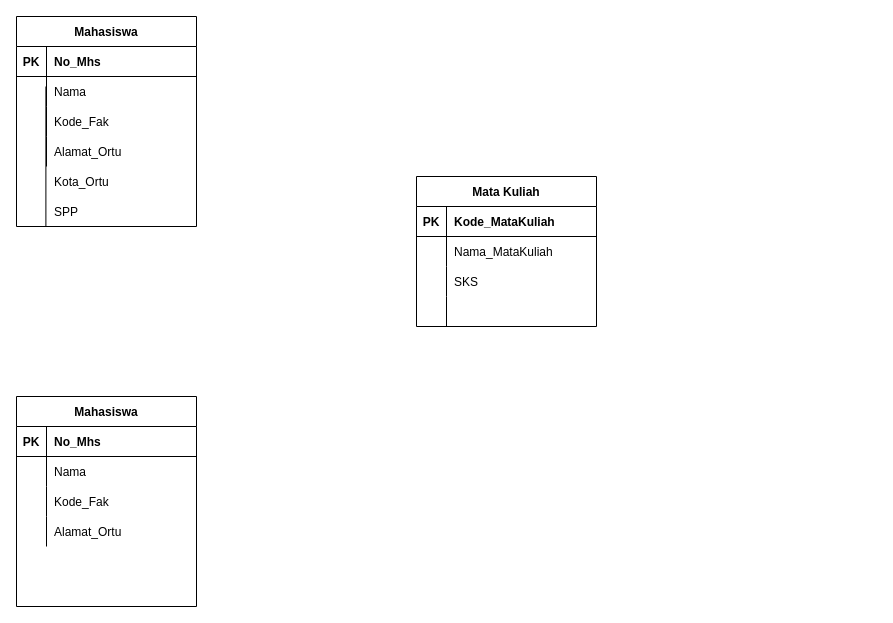
The draw.io diagram TabelRelasiMahasiswa.drawio in lukmanprasetyo/Business-Model-Canvas-BMC-, before the edit. Source tidied: cells renumbered, new cells numbered last; positions are measured from the earlier drawing's top-left corner, leaving out a move shared by most shapes. Both pictures are drawn from the tidied source at 100%, with x=0, y=0 at pixel (16, 16).
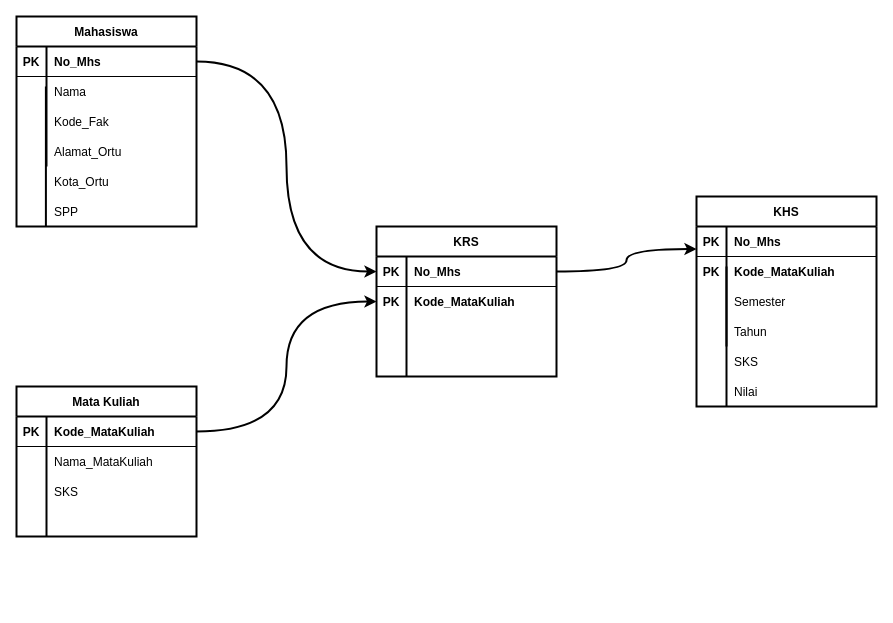
The same page after the edit.

Unchanged cells that the change refers to:
```xml
<mxCell id="3" style="shape=tableRow;horizontal=0;startSize=0;swimlaneHead=0;swimlaneBody=0;fillColor=none;points=[[0,0.5],[1,0.5]];portConstraint=eastwest;top=0;left=0;right=0;bottom=1;" parent="2" vertex="1">
  <mxGeometry y="30" width="180" height="30" as="geometry" />
</mxCell>
<mxCell id="32" style="shape=tableRow;horizontal=0;startSize=0;swimlaneHead=0;swimlaneBody=0;fillColor=none;points=[[0,0.5],[1,0.5]];portConstraint=eastwest;top=0;left=0;right=0;bottom=1;" parent="31" vertex="1">
  <mxGeometry y="30" width="180" height="30" as="geometry" />
</mxCell>
```

Change to the diagram source:
```diff
@@
-    <mxCell id="2" value="Mahasiswa" style="shape=table;startSize=30;childLayout=tableLayout;rowLines=0;fontStyle=1;align=center;" parent="1" vertex="1">
+    <mxCell id="2" value="Mahasiswa" style="shape=table;startSize=30;childLayout=tableLayout;rowLines=0;fontStyle=1;align=center;strokeWidth=2;" parent="1" vertex="1">
       <mxGeometry width="180" height="210" as="geometry" />
     </mxCell>
@@
-    <mxCell id="12" style="shape=tableRow;horizontal=0;startSize=0;swimlaneHead=0;swimlaneBody=0;fillColor=none;top=0;left=0;right=0;bottom=0;" parent="2" vertex="1">
+    <mxCell id="12" style="shape=tableRow;horizontal=0;startSize=0;swimlaneHead=0;swimlaneBody=0;fillColor=none;top=0;left=0;right=0;bottom=0;strokeWidth=3;" parent="2" vertex="1">
       <mxGeometry y="120" width="180" height="30" as="geometry" />
     </mxCell>
@@
-    <mxCell id="17" style="endArrow=none;html=1;rounded=0;" parent="1" edge="1">
+    <mxCell id="17" style="endArrow=none;html=1;rounded=0;strokeWidth=2;" parent="1" edge="1">
       <mxGeometry relative="1" as="geometry">
         <mxPoint x="29.4" y="70" as="sourcePoint" />
         <mxPoint x="29.4" y="210" as="targetPoint" />
       </mxGeometry>
     </mxCell>
-    <mxCell id="18" value="Mahasiswa" style="shape=table;startSize=30;childLayout=tableLayout;rowLines=0;fontStyle=1;align=center;" parent="1" vertex="1">
-      <mxGeometry y="380" width="180" height="210" as="geometry" />
-    </mxCell>
-    <mxCell id="19" style="shape=tableRow;horizontal=0;startSize=0;swimlaneHead=0;swimlaneBody=0;fillColor=none;top=0;left=0;right=0;bottom=1;" parent="18" vertex="1">
-      <mxGeometry y="30" width="180" height="30" as="geometry" />
-    </mxCell>
-    <mxCell id="20" value="PK" style="shape=partialRectangle;fillColor=none;top=0;left=0;bottom=0;right=0;fontStyle=1;overflow=hidden;" parent="19" vertex="1">
-      <mxGeometry width="30" height="30" as="geometry" />
-    </mxCell>
-    <mxCell id="21" value="No_Mhs" style="shape=partialRectangle;fillColor=none;top=0;left=0;bottom=0;right=0;align=left;spacingLeft=6;fontStyle=1;overflow=hidden;" parent="19" vertex="1">
-      <mxGeometry x="30" width="150" height="30" as="geometry" />
-    </mxCell>
-    <mxCell id="22" style="shape=tableRow;horizontal=0;startSize=0;swimlaneHead=0;swimlaneBody=0;fillColor=none;top=0;left=0;right=0;bottom=0;" parent="18" vertex="1">
-      <mxGeometry y="60" width="180" height="30" as="geometry" />
-    </mxCell>
-    <mxCell id="23" style="shape=partialRectangle;fillColor=none;top=0;left=0;bottom=0;right=0;overflow=hidden;" parent="22" vertex="1">
-      <mxGeometry width="30" height="30" as="geometry" />
-    </mxCell>
-    <mxCell id="24" value="Nama" style="shape=partialRectangle;fillColor=none;top=0;left=0;bottom=0;right=0;align=left;spacingLeft=6;overflow=hidden;" parent="22" vertex="1">
-      <mxGeometry x="30" width="150" height="30" as="geometry" />
-    </mxCell>
-    <mxCell id="25" style="shape=tableRow;horizontal=0;startSize=0;swimlaneHead=0;swimlaneBody=0;fillColor=none;top=0;left=0;right=0;bottom=0;" parent="18" vertex="1">
-      <mxGeometry y="90" width="180" height="30" as="geometry" />
-    </mxCell>
-    <mxCell id="26" style="shape=partialRectangle;fillColor=none;top=0;left=0;bottom=0;right=0;overflow=hidden;" parent="25" vertex="1">
-      <mxGeometry width="30" height="30" as="geometry" />
-    </mxCell>
-    <mxCell id="27" value="Kode_Fak" style="shape=partialRectangle;fillColor=none;top=0;left=0;bottom=0;right=0;align=left;spacingLeft=6;overflow=hidden;" parent="25" vertex="1">
-      <mxGeometry x="30" width="150" height="30" as="geometry" />
-    </mxCell>
-    <mxCell id="28" style="shape=tableRow;horizontal=0;startSize=0;swimlaneHead=0;swimlaneBody=0;fillColor=none;top=0;left=0;right=0;bottom=0;" parent="18" vertex="1">
-      <mxGeometry y="120" width="180" height="30" as="geometry" />
-    </mxCell>
-    <mxCell id="29" style="shape=partialRectangle;fillColor=none;top=0;left=0;bottom=0;right=0;overflow=hidden;" parent="28" vertex="1">
-      <mxGeometry width="30" height="30" as="geometry" />
-    </mxCell>
-    <mxCell id="30" value="Alamat_Ortu" style="shape=partialRectangle;fillColor=none;top=0;left=0;bottom=0;right=0;align=left;spacingLeft=6;overflow=hidden;" parent="28" vertex="1">
-      <mxGeometry x="30" width="150" height="30" as="geometry" />
-    </mxCell>
-    <mxCell id="31" value="Mata Kuliah" style="shape=table;startSize=30;childLayout=tableLayout;rowLines=0;fontStyle=1;align=center;" parent="1" vertex="1">
-      <mxGeometry x="400" y="160" width="180" height="150" as="geometry" />
+    <mxCell id="31" value="Mata Kuliah" style="shape=table;startSize=30;childLayout=tableLayout;rowLines=0;fontStyle=1;align=center;strokeWidth=2;" parent="1" vertex="1">
+      <mxGeometry y="370" width="180" height="150" as="geometry" />
     </mxCell>
@@
+    <mxCell id="44" value="KRS" style="shape=table;startSize=30;childLayout=tableLayout;rowLines=0;fontStyle=1;align=center;strokeWidth=2;" parent="1" vertex="1">
+      <mxGeometry x="360" y="210" width="180" height="150" as="geometry" />
+    </mxCell>
+    <mxCell id="45" style="shape=tableRow;horizontal=0;startSize=0;swimlaneHead=0;swimlaneBody=0;fillColor=none;points=[[0,0.5],[1,0.5]];portConstraint=eastwest;top=0;left=0;right=0;bottom=1;" parent="44" vertex="1">
+      <mxGeometry y="30" width="180" height="30" as="geometry" />
+    </mxCell>
+    <mxCell id="46" value="PK" style="shape=partialRectangle;fillColor=none;top=0;left=0;bottom=0;right=0;fontStyle=1;overflow=hidden;" parent="45" vertex="1">
+      <mxGeometry width="30" height="30" as="geometry" />
+    </mxCell>
+    <mxCell id="47" value="No_Mhs" style="shape=partialRectangle;fillColor=none;top=0;left=0;bottom=0;right=0;align=left;spacingLeft=6;fontStyle=1;overflow=hidden;" parent="45" vertex="1">
+      <mxGeometry x="30" width="150" height="30" as="geometry" />
+    </mxCell>
+    <mxCell id="48" style="shape=tableRow;horizontal=0;startSize=0;swimlaneHead=0;swimlaneBody=0;fillColor=none;top=0;left=0;right=0;bottom=0;" parent="44" vertex="1">
+      <mxGeometry y="60" width="180" height="30" as="geometry" />
+    </mxCell>
+    <mxCell id="49" style="shape=partialRectangle;fillColor=none;top=0;left=0;bottom=0;right=0;overflow=hidden;" parent="48" vertex="1">
+      <mxGeometry width="30" height="30" as="geometry" />
+    </mxCell>
+    <mxCell id="50" value="Kode_MataKuliah" style="shape=partialRectangle;fillColor=none;top=0;left=0;bottom=0;right=0;align=left;spacingLeft=6;overflow=hidden;fontStyle=1;" parent="48" vertex="1">
+      <mxGeometry x="30" width="150" height="30" as="geometry" />
+    </mxCell>
+    <mxCell id="51" style="shape=tableRow;horizontal=0;startSize=0;swimlaneHead=0;swimlaneBody=0;fillColor=none;top=0;left=0;right=0;bottom=0;" parent="44" vertex="1">
+      <mxGeometry y="90" width="180" height="30" as="geometry" />
+    </mxCell>
+    <mxCell id="52" style="shape=partialRectangle;fillColor=none;top=0;left=0;bottom=0;right=0;overflow=hidden;" parent="51" vertex="1">
+      <mxGeometry width="30" height="30" as="geometry" />
+    </mxCell>
+    <mxCell id="53" style="shape=partialRectangle;fillColor=none;top=0;left=0;bottom=0;right=0;align=left;spacingLeft=6;overflow=hidden;" parent="51" vertex="1">
+      <mxGeometry x="30" width="150" height="30" as="geometry" />
+    </mxCell>
+    <mxCell id="28" style="shape=tableRow;horizontal=0;startSize=0;swimlaneHead=0;swimlaneBody=0;fillColor=none;top=0;left=0;right=0;bottom=0;" parent="44" vertex="1">
+      <mxGeometry y="120" width="180" height="30" as="geometry" />
+    </mxCell>
+    <mxCell id="54" style="shape=partialRectangle;fillColor=none;top=0;left=0;bottom=0;right=0;overflow=hidden;" parent="28" vertex="1">
+      <mxGeometry width="30" height="30" as="geometry" />
+    </mxCell>
+    <mxCell id="55" style="shape=partialRectangle;fillColor=none;top=0;left=0;bottom=0;right=0;align=left;spacingLeft=6;overflow=hidden;" parent="28" vertex="1">
+      <mxGeometry x="30" width="150" height="30" as="geometry" />
+    </mxCell>
+    <mxCell id="56" value="PK" style="shape=partialRectangle;fillColor=none;top=0;left=0;bottom=0;right=0;fontStyle=1;overflow=hidden;" parent="1" vertex="1">
+      <mxGeometry x="360" y="270" width="30" height="30" as="geometry" />
+    </mxCell>
+    <mxCell id="57" value="KHS" style="shape=table;startSize=30;childLayout=tableLayout;rowLines=0;fontStyle=1;align=center;strokeWidth=2;" parent="1" vertex="1">
+      <mxGeometry x="680" y="180" width="180" height="210" as="geometry" />
+    </mxCell>
+    <mxCell id="58" style="shape=tableRow;horizontal=0;startSize=0;swimlaneHead=0;swimlaneBody=0;fillColor=none;top=0;left=0;right=0;bottom=1;" parent="57" vertex="1">
+      <mxGeometry y="30" width="180" height="30" as="geometry" />
+    </mxCell>
+    <mxCell id="59" value="PK" style="shape=partialRectangle;fillColor=none;top=0;left=0;bottom=0;right=0;fontStyle=1;overflow=hidden;" parent="58" vertex="1">
+      <mxGeometry width="30" height="30" as="geometry" />
+    </mxCell>
+    <mxCell id="60" value="No_Mhs" style="shape=partialRectangle;fillColor=none;top=0;left=0;bottom=0;right=0;align=left;spacingLeft=6;fontStyle=1;overflow=hidden;" parent="58" vertex="1">
+      <mxGeometry x="30" width="150" height="30" as="geometry" />
+    </mxCell>
+    <mxCell id="61" style="shape=tableRow;horizontal=0;startSize=0;swimlaneHead=0;swimlaneBody=0;fillColor=none;top=0;left=0;right=0;bottom=0;" parent="57" vertex="1">
+      <mxGeometry y="60" width="180" height="30" as="geometry" />
+    </mxCell>
+    <mxCell id="62" style="shape=partialRectangle;fillColor=none;top=0;left=0;bottom=0;right=0;overflow=hidden;" parent="61" vertex="1">
+      <mxGeometry width="30" height="30" as="geometry" />
+    </mxCell>
+    <mxCell id="63" value="Kode_MataKuliah" style="shape=partialRectangle;fillColor=none;top=0;left=0;bottom=0;right=0;align=left;spacingLeft=6;overflow=hidden;fontStyle=1;" parent="61" vertex="1">
+      <mxGeometry x="30" width="150" height="30" as="geometry" />
+    </mxCell>
+    <mxCell id="64" style="shape=tableRow;horizontal=0;startSize=0;swimlaneHead=0;swimlaneBody=0;fillColor=none;top=0;left=0;right=0;bottom=0;" parent="57" vertex="1">
+      <mxGeometry y="90" width="180" height="30" as="geometry" />
+    </mxCell>
+    <mxCell id="65" style="shape=partialRectangle;fillColor=none;top=0;left=0;bottom=0;right=0;overflow=hidden;" parent="64" vertex="1">
+      <mxGeometry width="30" height="30" as="geometry" />
+    </mxCell>
+    <mxCell id="66" value="Semester" style="shape=partialRectangle;fillColor=none;top=0;left=0;bottom=0;right=0;align=left;spacingLeft=6;overflow=hidden;" parent="64" vertex="1">
+      <mxGeometry x="30" width="150" height="30" as="geometry" />
+    </mxCell>
+    <mxCell id="67" style="shape=tableRow;horizontal=0;startSize=0;swimlaneHead=0;swimlaneBody=0;fillColor=none;top=0;left=0;right=0;bottom=0;strokeWidth=3;" parent="57" vertex="1">
+      <mxGeometry y="120" width="180" height="30" as="geometry" />
+    </mxCell>
+    <mxCell id="68" style="shape=partialRectangle;fillColor=none;top=0;left=0;bottom=0;right=0;overflow=hidden;" parent="67" vertex="1">
+      <mxGeometry width="30" height="30" as="geometry" />
+    </mxCell>
+    <mxCell id="69" value="Tahun" style="shape=partialRectangle;fillColor=none;top=0;left=0;bottom=0;right=0;align=left;spacingLeft=6;overflow=hidden;" parent="67" vertex="1">
+      <mxGeometry x="30" width="150" height="30" as="geometry" />
+    </mxCell>
+    <mxCell id="70" style="edgeStyle=orthogonalEdgeStyle;rounded=0;jettySize=auto;html=1;entryX=0;entryY=0.5;entryDx=0;entryDy=0;strokeWidth=2;curved=1;" parent="1" edge="1" source="3" target="45">
+      <mxGeometry relative="1" as="geometry" />
+    </mxCell>
+    <mxCell id="71" style="edgeStyle=orthogonalEdgeStyle;curved=1;rounded=0;jettySize=auto;html=1;entryX=0;entryY=0.5;entryDx=0;entryDy=0;strokeWidth=2;" parent="1" edge="1" source="32" target="44">
+      <mxGeometry relative="1" as="geometry" />
+    </mxCell>
+    <mxCell id="72" value="PK" style="shape=partialRectangle;fillColor=none;top=0;left=0;bottom=0;right=0;fontStyle=1;overflow=hidden;" parent="1" vertex="1">
+      <mxGeometry x="680" y="240" width="30" height="30" as="geometry" />
+    </mxCell>
+    <mxCell id="73" value="SKS" style="shape=partialRectangle;fillColor=none;top=0;left=0;bottom=0;right=0;align=left;spacingLeft=6;overflow=hidden;" parent="1" vertex="1">
+      <mxGeometry x="710" y="330" width="150" height="30" as="geometry" />
+    </mxCell>
+    <mxCell id="74" value="Nilai" style="shape=partialRectangle;fillColor=none;top=0;left=0;bottom=0;right=0;align=left;spacingLeft=6;overflow=hidden;" parent="1" vertex="1">
+      <mxGeometry x="710" y="360" width="150" height="30" as="geometry" />
+    </mxCell>
+    <mxCell id="75" style="endArrow=none;html=1;rounded=0;strokeWidth=2;" parent="1" edge="1">
+      <mxGeometry relative="1" as="geometry">
+        <mxPoint x="710" y="250" as="sourcePoint" />
+        <mxPoint x="710" y="390" as="targetPoint" />
+      </mxGeometry>
+    </mxCell>
+    <mxCell id="76" style="edgeStyle=orthogonalEdgeStyle;curved=1;rounded=0;jettySize=auto;html=1;entryX=0;entryY=0.25;entryDx=0;entryDy=0;strokeWidth=2;" parent="1" edge="1" source="45" target="57">
+      <mxGeometry relative="1" as="geometry" />
+    </mxCell>
```
